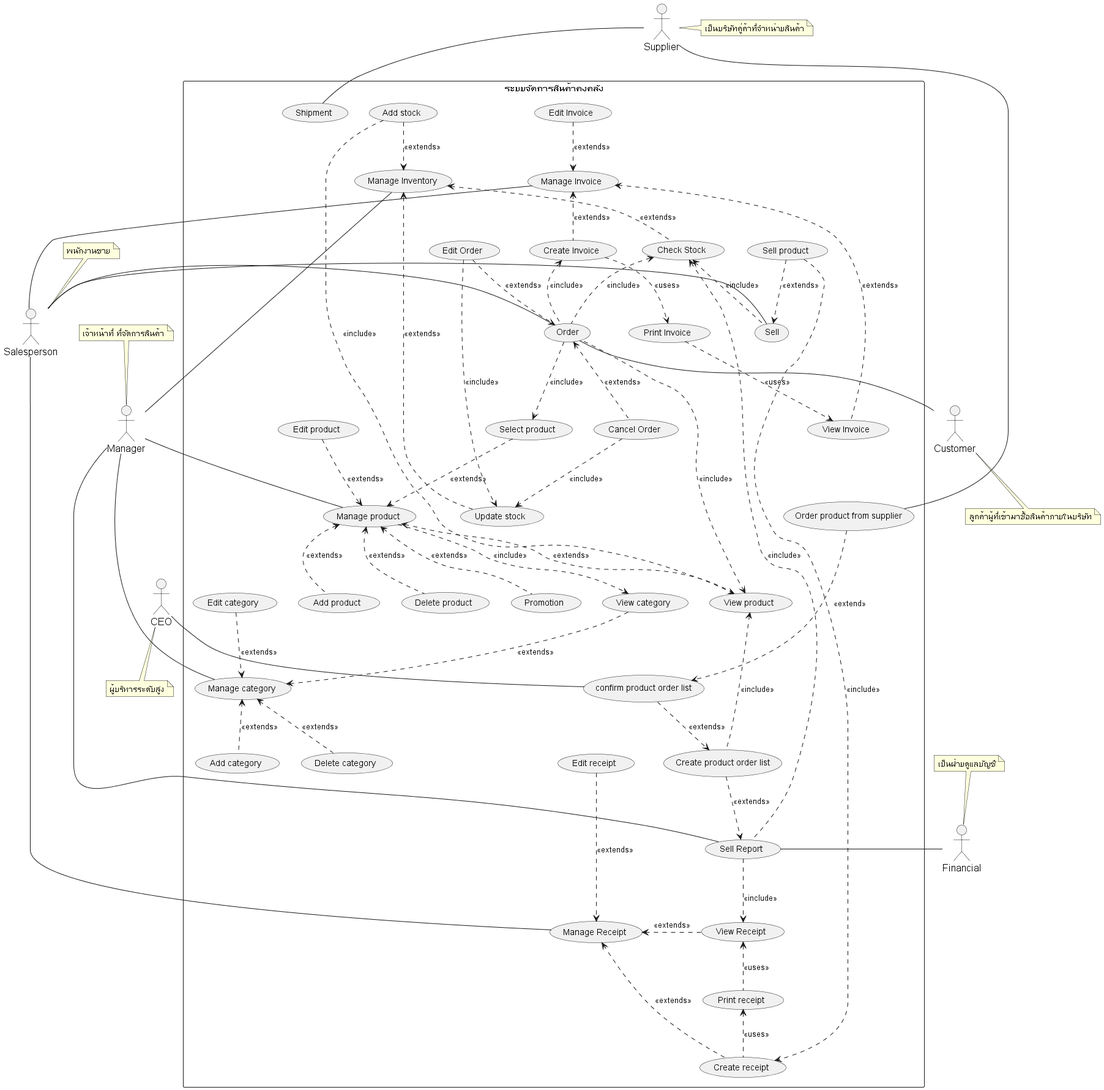
Before: out/system-analysis/usecase/_0_usecase-diagram/_0_usecase-diagram.png, a diagram exported from PlantUML (billowdev/inventory-system-plantuml-sequelize-seeder-example).
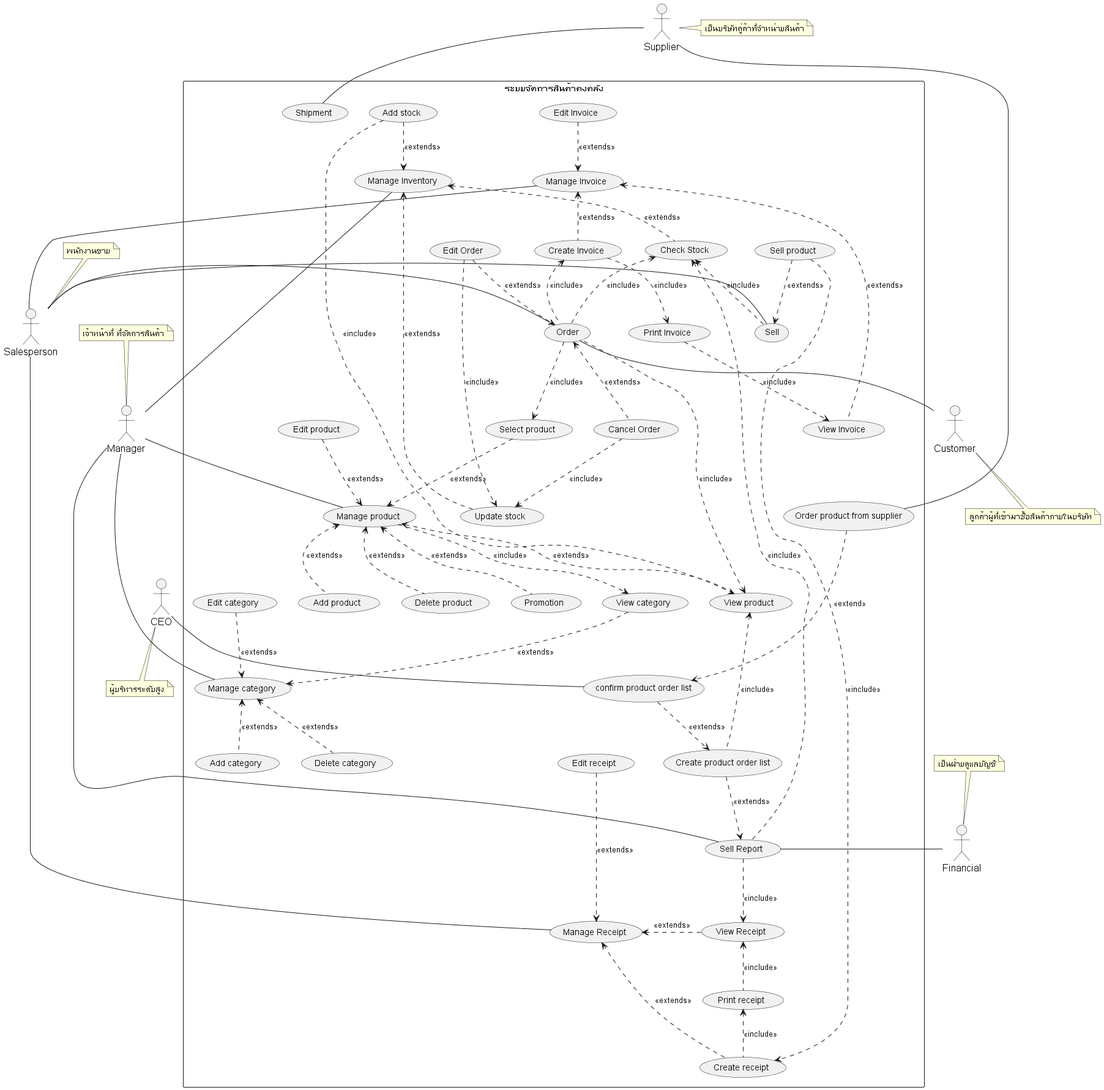
Above is the later version.

Commit message:
extract usecase invoice

The edit, as a diff of the source:
```diff
@@ -138,16 +138,16 @@
     (usecaseInvoice)  <..   (usecaseCreateInvoice): <<extends>>
     (usecaseEditInvoice) ..> (usecaseInvoice) : <<extends>>
 
-    (usecaseCreateInvoice) ..> (usecasePrintInvoice) : <<uses>>
-    (usecasePrintInvoice) ..> (usecaseViewInvoice) : <<uses>>
+    (usecaseCreateInvoice) ..> (usecasePrintInvoice) : <<include>>
+    (usecasePrintInvoice) ..> (usecaseViewInvoice) : <<include>>
 
      (usecaseInvoice) -- actorSalesperson
 
     (usecaseCreateReceipt) .up.> (usecaseReceipt) : <<extends>>
     (usecaseViewReceipt) .> (usecaseReceipt) : <<extends>>
     (usecaseEditReceipt) ...> (usecaseReceipt) : <<extends>>
-    (usecaseCreateReceipt) .up.> (usecasePrintReceipt) : <<uses>>
-    (usecaseViewReceipt)  <..   (usecasePrintReceipt): <<uses>>
+    (usecaseCreateReceipt) .up.> (usecasePrintReceipt) : <<include>>
+    (usecaseViewReceipt)  <..   (usecasePrintReceipt): <<include>>
 
     (usecaseReceipt) -- actorSalesperson
 
```
